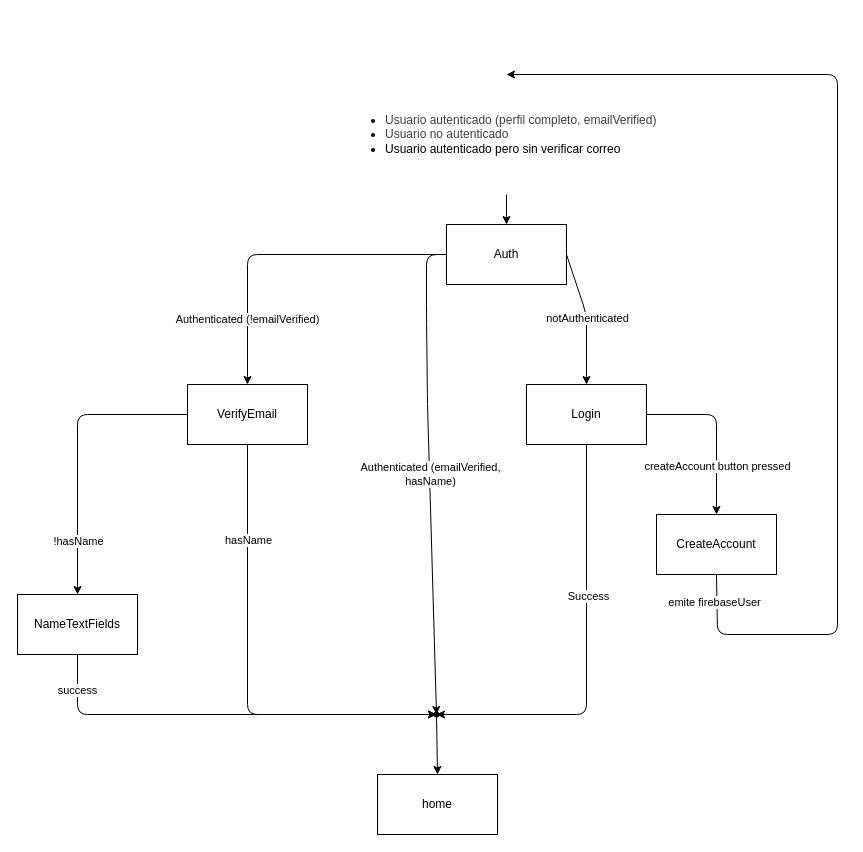
Before: lib/z_authstates.drawio in Paco-Uriostegui/mercado_v2, a draw.io diagram. Source tidied: cells renumbered, new cells numbered last; positions are measured from the earlier drawing's top-left corner, leaving out a move shared by most shapes. Both pictures are drawn from the tidied source at 100%, with x=0, y=0 at pixel (17, 74).
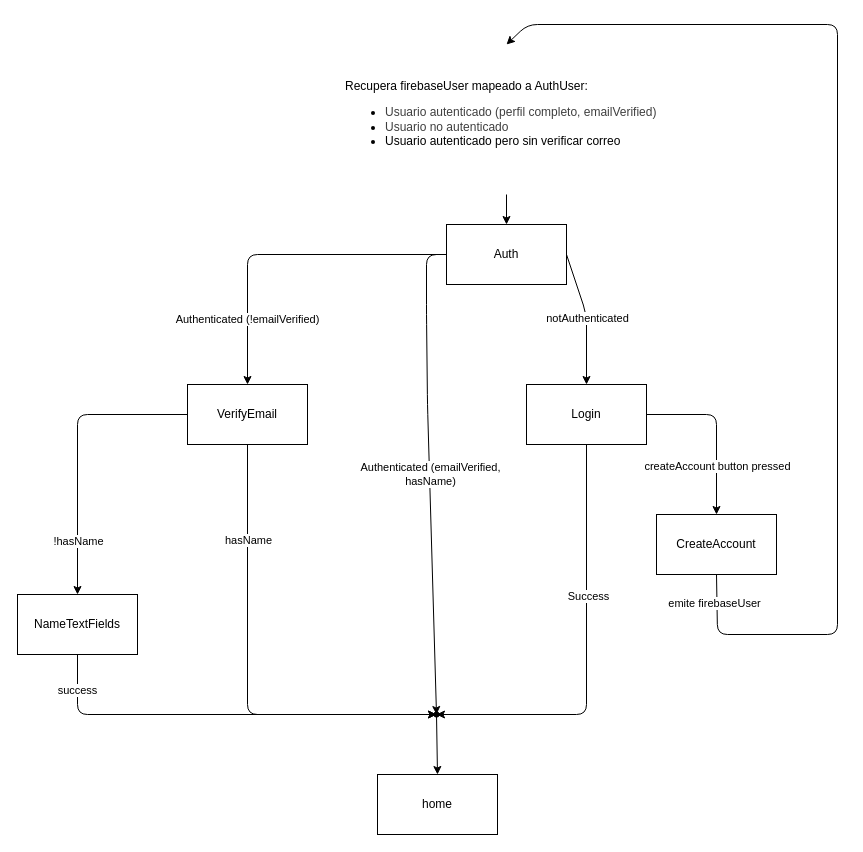
The same page after the edit.

Unchanged cells that the change refers to:
```xml
<mxCell id="16" value="CreateAccount" style="rounded=0;whiteSpace=wrap;html=1;" parent="1" vertex="1">
  <mxGeometry x="639" y="440" width="120" height="60" as="geometry" />
</mxCell>
```

The edit, as a diff of the source:
```diff
@@
-    <mxCell id="14" style="edgeStyle=none;html=1;entryX=0.5;entryY=0;entryDx=0;entryDy=0;exitX=0.5;exitY=1;exitDx=0;exitDy=0;" parent="1" edge="1" source="16" target="18">
+    <mxCell id="14" style="edgeStyle=none;html=1;exitX=0.5;exitY=1;exitDx=0;exitDy=0;" parent="1" edge="1" source="16">
       <mxGeometry relative="1" as="geometry">
+        <mxPoint x="489" y="-30" as="targetPoint" />
         <Array as="points">
           <mxPoint x="700" y="560" />
           <mxPoint x="820" y="560" />
-          <mxPoint x="820" />
+          <mxPoint x="820" y="-50" />
+          <mxPoint x="510" y="-50" />
         </Array>
       </mxGeometry>
     </mxCell>
@@
-    <mxCell id="18" value="&lt;ul&gt;&lt;li&gt;&lt;span style=&quot;color: rgb(63, 63, 63); background-color: transparent;&quot;&gt;Usuario autenticado (perfil completo, emailVerified)&lt;/span&gt;&lt;/li&gt;&lt;li&gt;&lt;span style=&quot;color: rgb(63, 63, 63); background-color: transparent;&quot;&gt;Usuario no autenticado&lt;/span&gt;&lt;/li&gt;&lt;li&gt;Usuario autenticado pero sin verificar correo&lt;/li&gt;&lt;/ul&gt;" style="text;strokeColor=none;fillColor=none;html=1;whiteSpace=wrap;verticalAlign=middle;overflow=hidden;" parent="1" vertex="1">
-      <mxGeometry x="325.5" width="327" height="120" as="geometry" />
+    <mxCell id="18" value="&lt;div&gt;Recupera firebaseUser mapeado a AuthUser:&lt;/div&gt;&lt;ul&gt;&lt;li&gt;&lt;span style=&quot;color: rgb(63, 63, 63); background-color: transparent;&quot;&gt;Usuario autenticado (perfil completo, emailVerified)&lt;/span&gt;&lt;/li&gt;&lt;li&gt;&lt;span style=&quot;color: rgb(63, 63, 63); background-color: transparent;&quot;&gt;Usuario no autenticado&lt;/span&gt;&lt;/li&gt;&lt;li&gt;Usuario autenticado pero sin verificar correo&lt;/li&gt;&lt;/ul&gt;" style="text;strokeColor=none;fillColor=none;html=1;whiteSpace=wrap;verticalAlign=middle;overflow=hidden;" parent="1" vertex="1">
+      <mxGeometry x="325.5" y="-30" width="327" height="150" as="geometry" />
     </mxCell>
```
